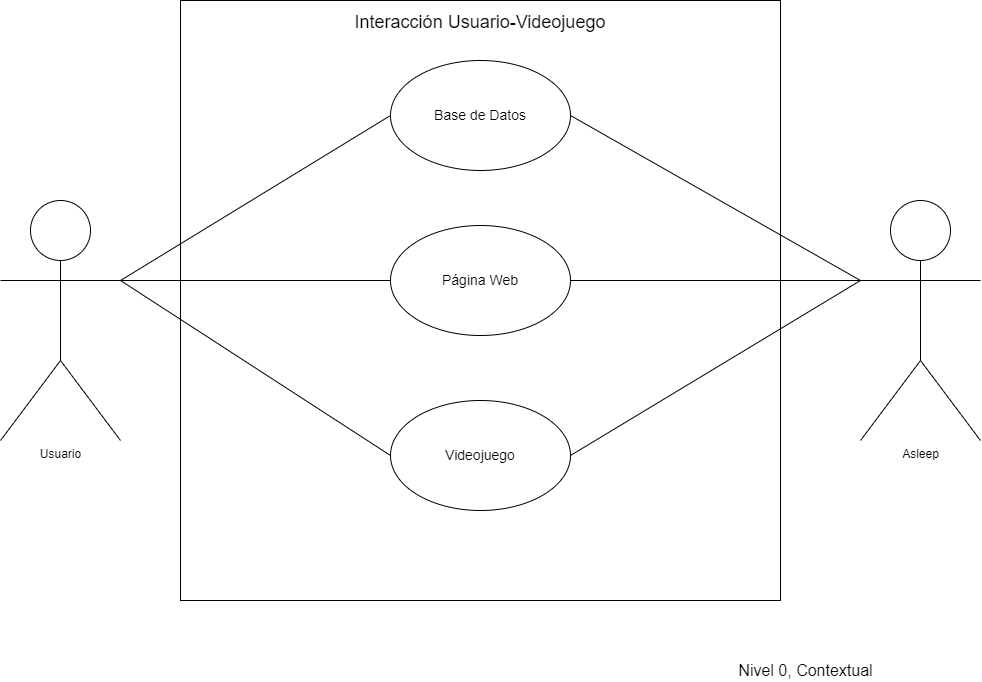
sebasgonvitec/TC2005B_Equipo3 keeps this draw.io diagram as diagramas/CasosUsoGeneral.drawio.png. Above is the earlier version. Source tidied: cells renumbered, new cells last; positions are measured from the earlier drawing's top-left corner, leaving out a move shared by most shapes. Source of this version:
```xml
<mxGraphModel>
  <root>
    <mxCell id="0" />
    <mxCell id="1" parent="0" />
    <mxCell id="2" value="Usuario" style="shape=umlActor;html=1;verticalLabelPosition=bottom;verticalAlign=top;align=center;" parent="1" vertex="1">
      <mxGeometry y="200" width="120" height="240" as="geometry" />
    </mxCell>
    <mxCell id="3" value="Asleep&lt;br&gt;" style="shape=umlActor;html=1;verticalLabelPosition=bottom;verticalAlign=top;align=center;" parent="1" vertex="1">
      <mxGeometry x="860" y="200" width="120" height="240" as="geometry" />
    </mxCell>
    <mxCell id="4" value="&lt;p&gt;&lt;font style=&quot;font-size: 18px&quot;&gt;Interacción Usuario-Videojuego&lt;/font&gt;&lt;/p&gt;" style="shape=rect;html=1;overflow=fill;whiteSpace=wrap;align=center;" parent="1" vertex="1">
      <mxGeometry x="180" width="600" height="600" as="geometry" />
    </mxCell>
    <mxCell id="5" value="&lt;font style=&quot;font-size: 14px&quot;&gt;Base de Datos&lt;/font&gt;" style="ellipse;whiteSpace=wrap;html=1;" parent="1" vertex="1">
      <mxGeometry x="390" y="60" width="180" height="110" as="geometry" />
    </mxCell>
    <mxCell id="6" value="&lt;font style=&quot;font-size: 14px&quot;&gt;Página Web&lt;/font&gt;" style="ellipse;whiteSpace=wrap;html=1;" parent="1" vertex="1">
      <mxGeometry x="390" y="225" width="180" height="110" as="geometry" />
    </mxCell>
    <mxCell id="7" value="&lt;font style=&quot;font-size: 14px&quot;&gt;Videojuego&lt;/font&gt;" style="ellipse;whiteSpace=wrap;html=1;" parent="1" vertex="1">
      <mxGeometry x="390" y="400" width="180" height="110" as="geometry" />
    </mxCell>
    <mxCell id="8" style="endArrow=none;html=1;entryX=0;entryY=0.5;entryDx=0;entryDy=0;exitX=1;exitY=0.3333333333333333;exitDx=0;exitDy=0;exitPerimeter=0;" parent="1" edge="1" source="2" target="5">
      <mxGeometry relative="1" as="geometry" />
    </mxCell>
    <mxCell id="9" style="endArrow=none;html=1;entryX=0;entryY=0.5;entryDx=0;entryDy=0;exitX=1;exitY=0.3333333333333333;exitDx=0;exitDy=0;exitPerimeter=0;" parent="1" edge="1" source="2" target="6">
      <mxGeometry relative="1" as="geometry" />
    </mxCell>
    <mxCell id="10" style="endArrow=none;html=1;exitX=1;exitY=0.3333333333333333;exitDx=0;exitDy=0;exitPerimeter=0;entryX=0;entryY=0.5;entryDx=0;entryDy=0;" parent="1" edge="1" source="2" target="7">
      <mxGeometry relative="1" as="geometry" />
    </mxCell>
    <mxCell id="11" style="endArrow=none;html=1;entryX=0;entryY=0.3333333333333333;entryDx=0;entryDy=0;entryPerimeter=0;exitX=1;exitY=0.5;exitDx=0;exitDy=0;" parent="1" edge="1" source="5" target="3">
      <mxGeometry relative="1" as="geometry" />
    </mxCell>
    <mxCell id="12" style="endArrow=none;html=1;entryX=0;entryY=0.3333333333333333;entryDx=0;entryDy=0;entryPerimeter=0;exitX=1;exitY=0.5;exitDx=0;exitDy=0;" parent="1" edge="1" source="6" target="3">
      <mxGeometry relative="1" as="geometry" />
    </mxCell>
    <mxCell id="13" style="endArrow=none;html=1;exitX=1;exitY=0.5;exitDx=0;exitDy=0;" parent="1" edge="1" source="7">
      <mxGeometry relative="1" as="geometry">
        <mxPoint x="860" y="280" as="targetPoint" />
      </mxGeometry>
    </mxCell>
    <mxCell id="14" value="&lt;font style=&quot;font-size: 16px&quot;&gt;Nivel 0, Contextual&lt;/font&gt;" style="text;html=1;align=center;verticalAlign=middle;strokeColor=none;fillColor=none;fontSize=14;" parent="1" vertex="1">
      <mxGeometry x="730" y="660" width="150" height="20" as="geometry" />
    </mxCell>
  </root>
</mxGraphModel>
```
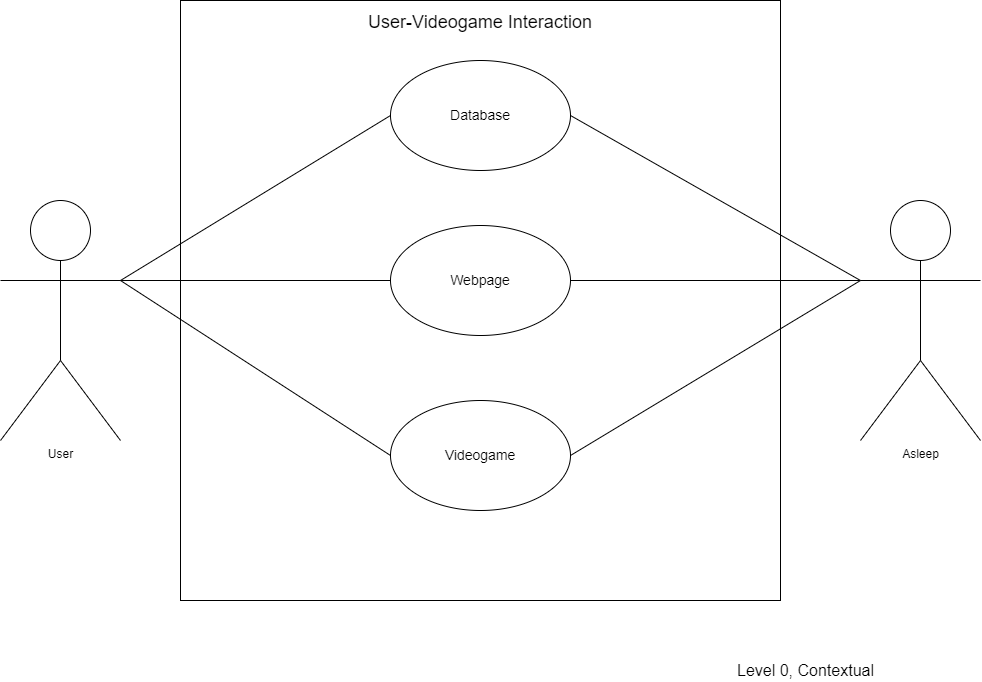
After the change.

The edit, as a diff of the source:
```diff
@@ -2,22 +2,22 @@
   <root>
     <mxCell id="0" />
     <mxCell id="1" parent="0" />
-    <mxCell id="2" value="Usuario" style="shape=umlActor;html=1;verticalLabelPosition=bottom;verticalAlign=top;align=center;" parent="1" vertex="1">
+    <mxCell id="2" value="User&lt;br&gt;" style="shape=umlActor;html=1;verticalLabelPosition=bottom;verticalAlign=top;align=center;" parent="1" vertex="1">
       <mxGeometry y="200" width="120" height="240" as="geometry" />
     </mxCell>
     <mxCell id="3" value="Asleep&lt;br&gt;" style="shape=umlActor;html=1;verticalLabelPosition=bottom;verticalAlign=top;align=center;" parent="1" vertex="1">
       <mxGeometry x="860" y="200" width="120" height="240" as="geometry" />
     </mxCell>
-    <mxCell id="4" value="&lt;p&gt;&lt;font style=&quot;font-size: 18px&quot;&gt;Interacción Usuario-Videojuego&lt;/font&gt;&lt;/p&gt;" style="shape=rect;html=1;overflow=fill;whiteSpace=wrap;align=center;" parent="1" vertex="1">
+    <mxCell id="4" value="&lt;p&gt;&lt;font style=&quot;font-size: 18px&quot;&gt;User-Videogame Interaction&lt;/font&gt;&lt;/p&gt;" style="shape=rect;html=1;overflow=fill;whiteSpace=wrap;align=center;" parent="1" vertex="1">
       <mxGeometry x="180" width="600" height="600" as="geometry" />
     </mxCell>
-    <mxCell id="5" value="&lt;font style=&quot;font-size: 14px&quot;&gt;Base de Datos&lt;/font&gt;" style="ellipse;whiteSpace=wrap;html=1;" parent="1" vertex="1">
+    <mxCell id="5" value="&lt;font style=&quot;font-size: 14px&quot;&gt;Database&lt;/font&gt;" style="ellipse;whiteSpace=wrap;html=1;" parent="1" vertex="1">
       <mxGeometry x="390" y="60" width="180" height="110" as="geometry" />
     </mxCell>
-    <mxCell id="6" value="&lt;font style=&quot;font-size: 14px&quot;&gt;Página Web&lt;/font&gt;" style="ellipse;whiteSpace=wrap;html=1;" parent="1" vertex="1">
+    <mxCell id="6" value="&lt;font style=&quot;font-size: 14px&quot;&gt;Webpage&lt;/font&gt;" style="ellipse;whiteSpace=wrap;html=1;" parent="1" vertex="1">
       <mxGeometry x="390" y="225" width="180" height="110" as="geometry" />
     </mxCell>
-    <mxCell id="7" value="&lt;font style=&quot;font-size: 14px&quot;&gt;Videojuego&lt;/font&gt;" style="ellipse;whiteSpace=wrap;html=1;" parent="1" vertex="1">
+    <mxCell id="7" value="&lt;font style=&quot;font-size: 14px&quot;&gt;Videogame&lt;/font&gt;" style="ellipse;whiteSpace=wrap;html=1;" parent="1" vertex="1">
       <mxGeometry x="390" y="400" width="180" height="110" as="geometry" />
     </mxCell>
     <mxCell id="8" style="endArrow=none;html=1;entryX=0;entryY=0.5;entryDx=0;entryDy=0;exitX=1;exitY=0.3333333333333333;exitDx=0;exitDy=0;exitPerimeter=0;" parent="1" edge="1" source="2" target="5">
@@ -40,7 +40,7 @@
         <mxPoint x="860" y="280" as="targetPoint" />
       </mxGeometry>
     </mxCell>
-    <mxCell id="14" value="&lt;font style=&quot;font-size: 16px&quot;&gt;Nivel 0, Contextual&lt;/font&gt;" style="text;html=1;align=center;verticalAlign=middle;strokeColor=none;fillColor=none;fontSize=14;" parent="1" vertex="1">
+    <mxCell id="14" value="&lt;font style=&quot;font-size: 16px&quot;&gt;Level 0, Contextual&lt;/font&gt;" style="text;html=1;align=center;verticalAlign=middle;strokeColor=none;fillColor=none;fontSize=14;" parent="1" vertex="1">
       <mxGeometry x="730" y="660" width="150" height="20" as="geometry" />
     </mxCell>
   </root>
```
